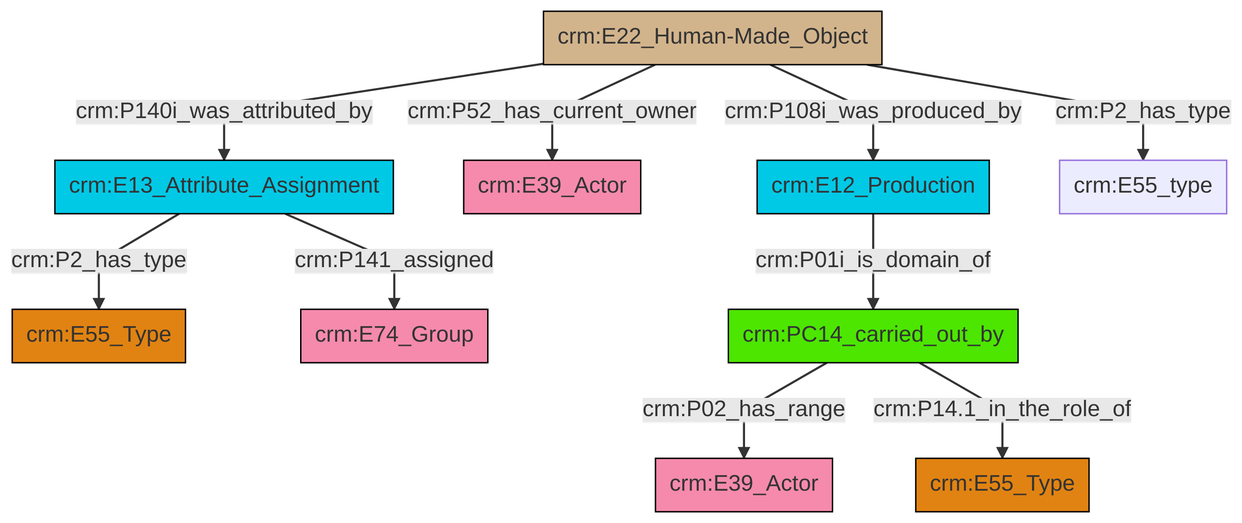
The Mermaid diagram et/builtWorkCSV/ttl/mmd/png/Built_Work_actor_relations.png in swiss-art-research-net/reference-data-models, before a commit. Its source is kept beside it as et/builtWorkCSV/ttl/mmd/Built_Work_actor_relations.ttl.mmd.
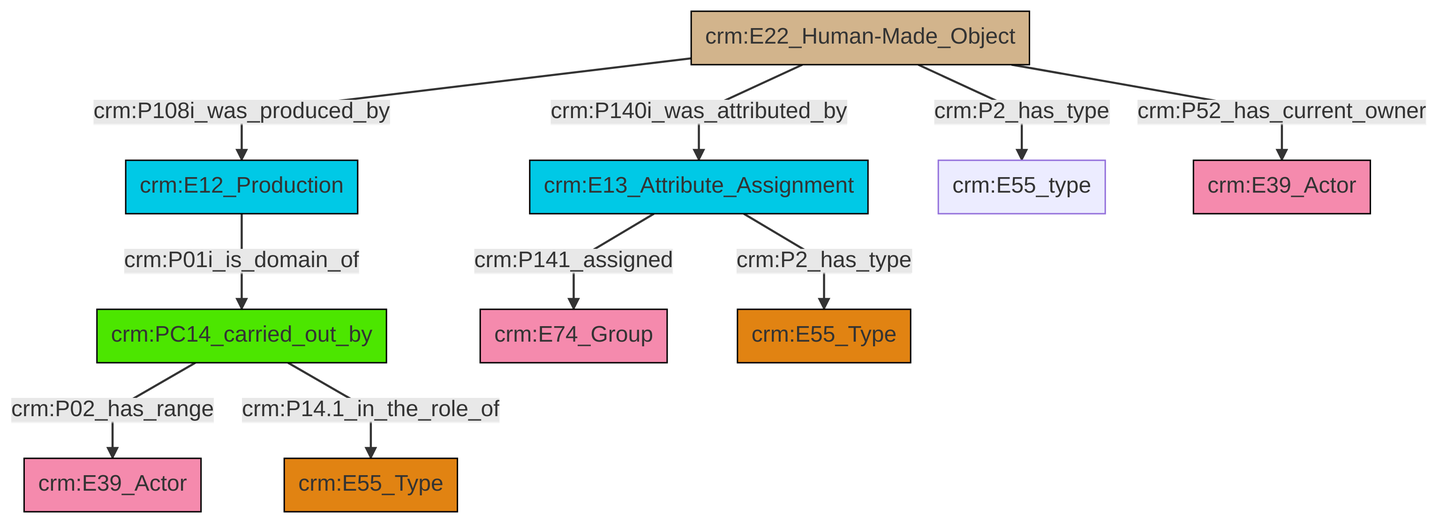
The same diagram one commit later.

What changed in the source:
```diff
@@ -13,12 +13,12 @@
 classDef PC_Classes fill:#4ce600, stroke:#000000;
 classDef Multi fill:#cccccc,stroke:#000000;
 
-0["crm:E22_Human-Made_Object"]:::Physical_Thing -->|crm:P140i_was_attributed_by| 1["crm:E13_Attribute_Assignment"]:::Temporal_Entity
-0["crm:E22_Human-Made_Object"]:::Physical_Thing -->|crm:P52_has_current_owner| 4["crm:E39_Actor"]:::Actor
-0["crm:E22_Human-Made_Object"]:::Physical_Thing -->|crm:P108i_was_produced_by| 5["crm:E12_Production"]:::Temporal_Entity
-1["crm:E13_Attribute_Assignment"]:::Temporal_Entity -->|crm:P2_has_type| 7["crm:E55_Type"]:::Type
-5["crm:E12_Production"]:::Temporal_Entity -->|crm:P01i_is_domain_of| 8["crm:PC14_carried_out_by"]:::PC_Classes
-8["crm:PC14_carried_out_by"]:::PC_Classes -->|crm:P02_has_range| 9["crm:E39_Actor"]:::Actor
-0["crm:E22_Human-Made_Object"]:::Physical_Thing -->|crm:P2_has_type| 11["crm:E55_type"]:::Default
-8["crm:PC14_carried_out_by"]:::PC_Classes -->|crm:P14.1_in_the_role_of| 2["crm:E55_Type"]:::Type
-1["crm:E13_Attribute_Assignment"]:::Temporal_Entity -->|crm:P141_assigned| 14["crm:E74_Group"]:::Actor
+0["crm:PC14_carried_out_by"]:::PC_Classes -->|crm:P02_has_range| 2["crm:E39_Actor"]:::Actor
+3["crm:E22_Human-Made_Object"]:::Physical_Thing -->|crm:P108i_was_produced_by| 7["crm:E12_Production"]:::Temporal_Entity
+0["crm:PC14_carried_out_by"]:::PC_Classes -->|crm:P14.1_in_the_role_of| 8["crm:E55_Type"]:::Type
+7["crm:E12_Production"]:::Temporal_Entity -->|crm:P01i_is_domain_of| 0["crm:PC14_carried_out_by"]:::PC_Classes
+12["crm:E13_Attribute_Assignment"]:::Temporal_Entity -->|crm:P141_assigned| 5["crm:E74_Group"]:::Actor
+3["crm:E22_Human-Made_Object"]:::Physical_Thing -->|crm:P2_has_type| 13["crm:E55_type"]:::Default
+3["crm:E22_Human-Made_Object"]:::Physical_Thing -->|crm:P52_has_current_owner| 17["crm:E39_Actor"]:::Actor
+3["crm:E22_Human-Made_Object"]:::Physical_Thing -->|crm:P140i_was_attributed_by| 12["crm:E13_Attribute_Assignment"]:::Temporal_Entity
+12["crm:E13_Attribute_Assignment"]:::Temporal_Entity -->|crm:P2_has_type| 10["crm:E55_Type"]:::Type
```
